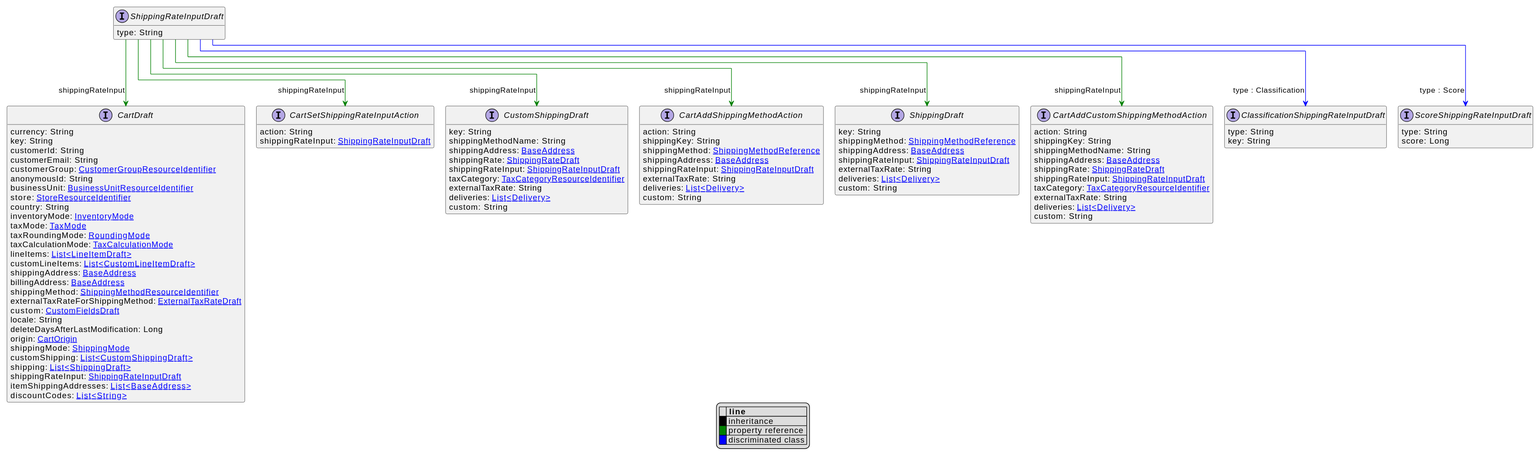
Earlier version of the PlantUML export uml/api/svg/ShippingRateInputDraft.svg (commercetools/commercetools-api-reference).
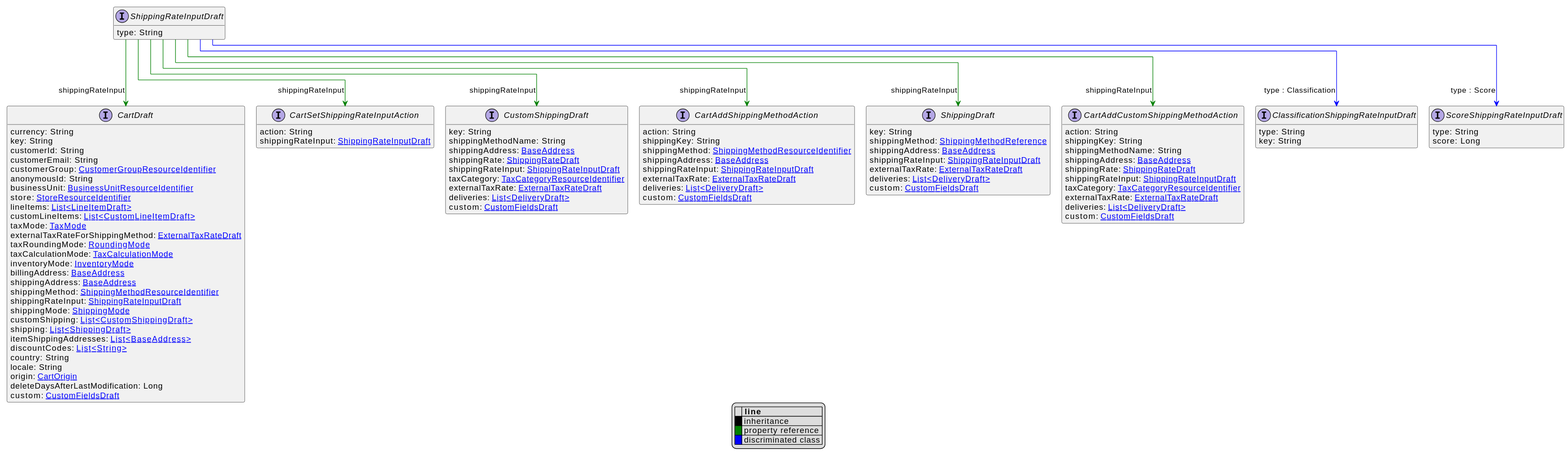
The same file after the commit.

What changed in the source:
```diff
@@ -30,27 +30,27 @@
     anonymousId: String
     businessUnit: [[BusinessUnitResourceIdentifier.svg BusinessUnitResourceIdentifier]]
     store: [[StoreResourceIdentifier.svg StoreResourceIdentifier]]
-    country: String
-    inventoryMode: [[InventoryMode.svg InventoryMode]]
+    lineItems: [[LineItemDraft.svg List<LineItemDraft>]]
+    customLineItems: [[CustomLineItemDraft.svg List<CustomLineItemDraft>]]
     taxMode: [[TaxMode.svg TaxMode]]
+    externalTaxRateForShippingMethod: [[ExternalTaxRateDraft.svg ExternalTaxRateDraft]]
     taxRoundingMode: [[RoundingMode.svg RoundingMode]]
     taxCalculationMode: [[TaxCalculationMode.svg TaxCalculationMode]]
-    lineItems: [[LineItemDraft.svg List<LineItemDraft>]]
-    customLineItems: [[CustomLineItemDraft.svg List<CustomLineItemDraft>]]
+    inventoryMode: [[InventoryMode.svg InventoryMode]]
+    billingAddress: [[BaseAddress.svg BaseAddress]]
     shippingAddress: [[BaseAddress.svg BaseAddress]]
-    billingAddress: [[BaseAddress.svg BaseAddress]]
     shippingMethod: [[ShippingMethodResourceIdentifier.svg ShippingMethodResourceIdentifier]]
-    externalTaxRateForShippingMethod: [[ExternalTaxRateDraft.svg ExternalTaxRateDraft]]
-    custom: [[CustomFieldsDraft.svg CustomFieldsDraft]]
-    locale: String
-    deleteDaysAfterLastModification: Long
-    origin: [[CartOrigin.svg CartOrigin]]
+    shippingRateInput: [[ShippingRateInputDraft.svg ShippingRateInputDraft]]
     shippingMode: [[ShippingMode.svg ShippingMode]]
     customShipping: [[CustomShippingDraft.svg List<CustomShippingDraft>]]
     shipping: [[ShippingDraft.svg List<ShippingDraft>]]
-    shippingRateInput: [[ShippingRateInputDraft.svg ShippingRateInputDraft]]
     itemShippingAddresses: [[BaseAddress.svg List<BaseAddress>]]
     discountCodes: [[String.svg List<String>]]
+    country: String
+    locale: String
+    origin: [[CartOrigin.svg CartOrigin]]
+    deleteDaysAfterLastModification: Long
+    custom: [[CustomFieldsDraft.svg CustomFieldsDraft]]
 }
 interface CustomShippingDraft [[CustomShippingDraft.svg]]  {
     key: String
@@ -59,18 +59,18 @@
     shippingRate: [[ShippingRateDraft.svg ShippingRateDraft]]
     shippingRateInput: [[ShippingRateInputDraft.svg ShippingRateInputDraft]]
     taxCategory: [[TaxCategoryResourceIdentifier.svg TaxCategoryResourceIdentifier]]
-    externalTaxRate: String
-    deliveries: [[Delivery.svg List<Delivery>]]
-    custom: String
+    externalTaxRate: [[ExternalTaxRateDraft.svg ExternalTaxRateDraft]]
+    deliveries: [[DeliveryDraft.svg List<DeliveryDraft>]]
+    custom: [[CustomFieldsDraft.svg CustomFieldsDraft]]
 }
 interface ShippingDraft [[ShippingDraft.svg]]  {
     key: String
     shippingMethod: [[ShippingMethodReference.svg ShippingMethodReference]]
     shippingAddress: [[BaseAddress.svg BaseAddress]]
     shippingRateInput: [[ShippingRateInputDraft.svg ShippingRateInputDraft]]
-    externalTaxRate: String
-    deliveries: [[Delivery.svg List<Delivery>]]
-    custom: String
+    externalTaxRate: [[ExternalTaxRateDraft.svg ExternalTaxRateDraft]]
+    deliveries: [[DeliveryDraft.svg List<DeliveryDraft>]]
+    custom: [[CustomFieldsDraft.svg CustomFieldsDraft]]
 }
 interface CartAddCustomShippingMethodAction [[CartAddCustomShippingMethodAction.svg]]  {
     action: String
@@ -80,19 +80,19 @@
     shippingRate: [[ShippingRateDraft.svg ShippingRateDraft]]
     shippingRateInput: [[ShippingRateInputDraft.svg ShippingRateInputDraft]]
     taxCategory: [[TaxCategoryResourceIdentifier.svg TaxCategoryResourceIdentifier]]
-    externalTaxRate: String
-    deliveries: [[Delivery.svg List<Delivery>]]
-    custom: String
+    externalTaxRate: [[ExternalTaxRateDraft.svg ExternalTaxRateDraft]]
+    deliveries: [[DeliveryDraft.svg List<DeliveryDraft>]]
+    custom: [[CustomFieldsDraft.svg CustomFieldsDraft]]
 }
 interface CartAddShippingMethodAction [[CartAddShippingMethodAction.svg]]  {
     action: String
     shippingKey: String
-    shippingMethod: [[ShippingMethodReference.svg ShippingMethodReference]]
+    shippingMethod: [[ShippingMethodResourceIdentifier.svg ShippingMethodResourceIdentifier]]
     shippingAddress: [[BaseAddress.svg BaseAddress]]
     shippingRateInput: [[ShippingRateInputDraft.svg ShippingRateInputDraft]]
-    externalTaxRate: String
-    deliveries: [[Delivery.svg List<Delivery>]]
-    custom: String
+    externalTaxRate: [[ExternalTaxRateDraft.svg ExternalTaxRateDraft]]
+    deliveries: [[DeliveryDraft.svg List<DeliveryDraft>]]
+    custom: [[CustomFieldsDraft.svg CustomFieldsDraft]]
 }
 interface CartSetShippingRateInputAction [[CartSetShippingRateInputAction.svg]]  {
     action: String
```
